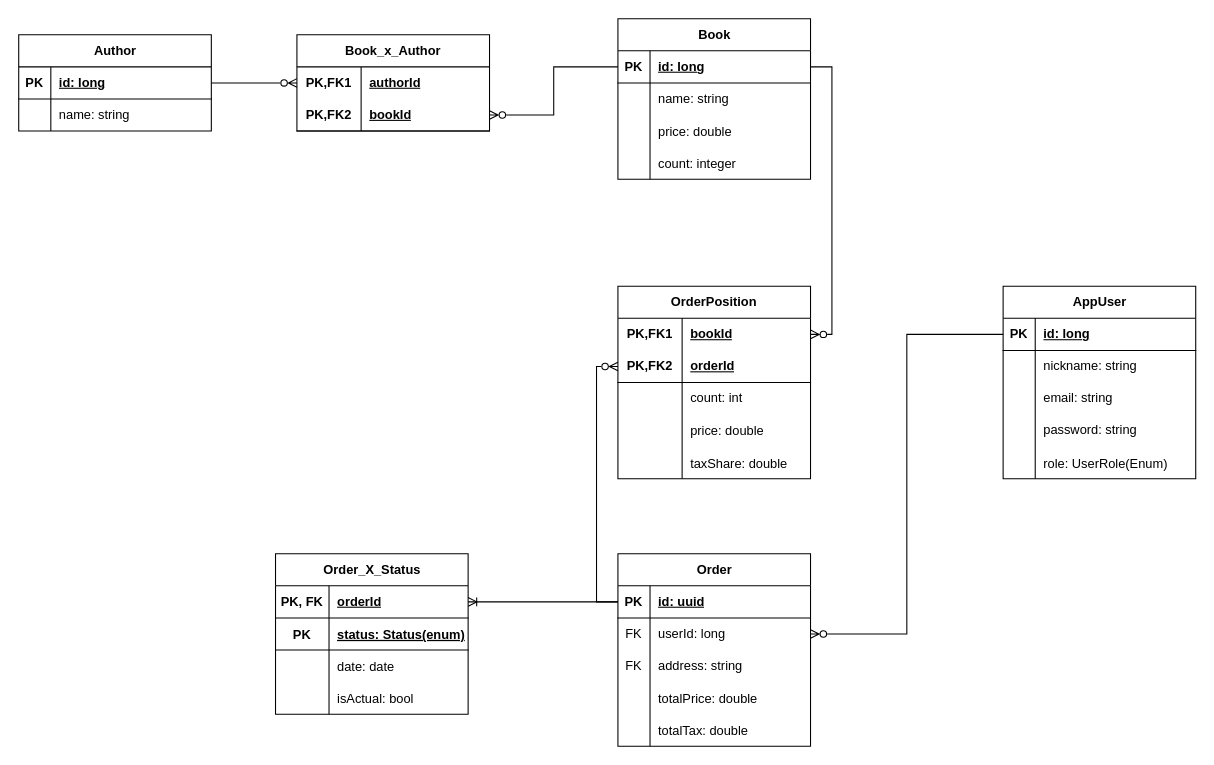
This is BookStoreERD.drawio from OurBookStore/TheBookStore, a draw.io file, before an edit. Source tidied: cells renumbered, new cells numbered last; positions are measured from the earlier drawing's top-left corner, leaving out a move shared by most shapes. Both pictures are drawn from the tidied source at 107%, with x=0, y=0 at pixel (18, 18).
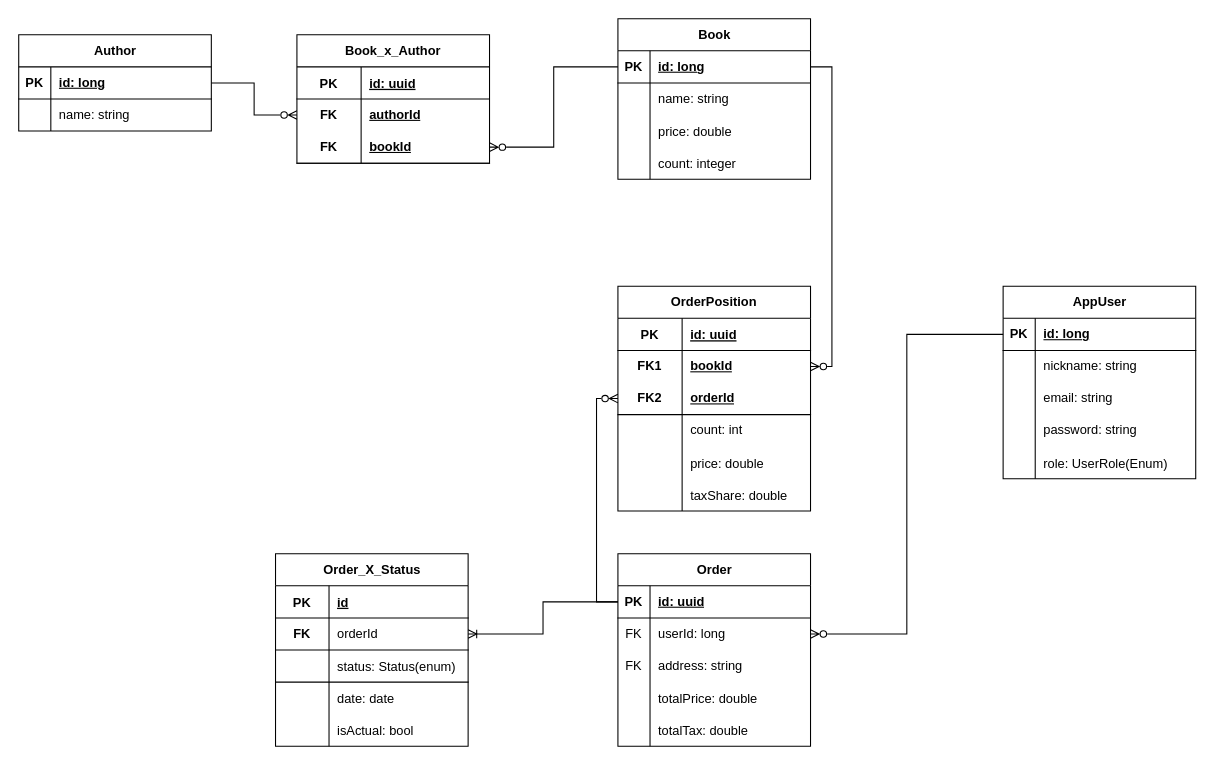
The same diagram, later.

What changed in the source:
```diff
@@
     <mxCell id="22" value="Book_x_Author" style="shape=table;startSize=30;childLayout=tableLayout;rowLines=0;fontStyle=1;align=center;html=1;whiteSpace=wrap;" parent="1" vertex="1">
-      <mxGeometry x="260" y="15" width="180" height="90" as="geometry" />
+      <mxGeometry x="260" y="15" width="180" height="120" as="geometry" />
     </mxCell>
+    <mxCell id="96" style="shape=tableRow;horizontal=0;startSize=0;swimlaneHead=0;swimlaneBody=0;fillColor=none;top=0;left=0;right=0;bottom=1;" parent="22" vertex="1">
+      <mxGeometry y="30" width="180" height="30" as="geometry" />
+    </mxCell>
+    <mxCell id="97" value="PK" style="shape=partialRectangle;fillColor=none;top=0;left=0;bottom=0;right=0;fontStyle=1;overflow=hidden;" parent="96" vertex="1">
+      <mxGeometry width="60" height="30" as="geometry" />
+    </mxCell>
+    <mxCell id="98" value="id: uuid" style="shape=partialRectangle;fillColor=none;top=0;left=0;bottom=0;right=0;align=left;spacingLeft=6;fontStyle=5;overflow=hidden;" parent="96" vertex="1">
+      <mxGeometry x="60" width="120" height="30" as="geometry" />
+    </mxCell>
     <mxCell id="23" style="shape=tableRow;horizontal=0;startSize=0;swimlaneHead=0;swimlaneBody=0;fillColor=none;points=[[0,0.5],[1,0.5]];portConstraint=eastwest;top=0;left=0;right=0;bottom=0;html=1;" parent="22" vertex="1">
-      <mxGeometry y="30" width="180" height="30" as="geometry" />
+      <mxGeometry y="60" width="180" height="30" as="geometry" />
     </mxCell>
-    <mxCell id="24" value="PK,FK1" style="shape=partialRectangle;fillColor=none;top=0;left=0;bottom=0;right=0;fontStyle=1;overflow=hidden;html=1;whiteSpace=wrap;" parent="23" vertex="1">
+    <mxCell id="24" value="FK" style="shape=partialRectangle;fillColor=none;top=0;left=0;bottom=0;right=0;fontStyle=1;overflow=hidden;html=1;whiteSpace=wrap;" parent="23" vertex="1">
       <mxGeometry width="60" height="30" as="geometry" />
     </mxCell>
@@
     <mxCell id="26" style="shape=tableRow;horizontal=0;startSize=0;swimlaneHead=0;swimlaneBody=0;fillColor=none;points=[[0,0.5],[1,0.5]];portConstraint=eastwest;top=0;left=0;right=0;bottom=1;html=1;" parent="22" vertex="1">
-      <mxGeometry y="60" width="180" height="30" as="geometry" />
+      <mxGeometry y="90" width="180" height="30" as="geometry" />
     </mxCell>
-    <mxCell id="27" value="PK,FK2" style="shape=partialRectangle;fillColor=none;top=0;left=0;bottom=0;right=0;fontStyle=1;overflow=hidden;html=1;whiteSpace=wrap;" parent="26" vertex="1">
+    <mxCell id="27" value="FK" style="shape=partialRectangle;fillColor=none;top=0;left=0;bottom=0;right=0;fontStyle=1;overflow=hidden;html=1;whiteSpace=wrap;" parent="26" vertex="1">
       <mxGeometry width="60" height="30" as="geometry" />
     </mxCell>
@@
     <mxCell id="29" value="OrderPosition" style="shape=table;startSize=30;childLayout=tableLayout;rowLines=0;fontStyle=1;align=center;html=1;whiteSpace=wrap;" parent="1" vertex="1">
-      <mxGeometry x="560" y="250" width="180" height="180" as="geometry" />
+      <mxGeometry x="560" y="250" width="180" height="210" as="geometry" />
     </mxCell>
+    <mxCell id="99" style="shape=tableRow;horizontal=0;startSize=0;swimlaneHead=0;swimlaneBody=0;fillColor=none;top=0;left=0;right=0;bottom=1;" parent="29" vertex="1">
+      <mxGeometry y="30" width="180" height="30" as="geometry" />
+    </mxCell>
+    <mxCell id="100" value="PK" style="shape=partialRectangle;fillColor=none;top=0;left=0;bottom=0;right=0;fontStyle=1;overflow=hidden;" parent="99" vertex="1">
+      <mxGeometry width="60" height="30" as="geometry" />
+    </mxCell>
+    <mxCell id="101" value="id: uuid" style="shape=partialRectangle;fillColor=none;top=0;left=0;bottom=0;right=0;align=left;spacingLeft=6;fontStyle=5;overflow=hidden;" parent="99" vertex="1">
+      <mxGeometry x="60" width="120" height="30" as="geometry" />
+    </mxCell>
     <mxCell id="30" style="shape=tableRow;horizontal=0;startSize=0;swimlaneHead=0;swimlaneBody=0;fillColor=none;points=[[0,0.5],[1,0.5]];portConstraint=eastwest;top=0;left=0;right=0;bottom=0;html=1;" parent="29" vertex="1">
-      <mxGeometry y="30" width="180" height="30" as="geometry" />
+      <mxGeometry y="60" width="180" height="30" as="geometry" />
     </mxCell>
-    <mxCell id="31" value="PK,FK1" style="shape=partialRectangle;fillColor=none;top=0;left=0;bottom=0;right=0;fontStyle=1;overflow=hidden;html=1;whiteSpace=wrap;" parent="30" vertex="1">
+    <mxCell id="31" value="FK1" style="shape=partialRectangle;fillColor=none;top=0;left=0;bottom=0;right=0;fontStyle=1;overflow=hidden;html=1;whiteSpace=wrap;" parent="30" vertex="1">
       <mxGeometry width="60" height="30" as="geometry" />
     </mxCell>
@@
     <mxCell id="33" style="shape=tableRow;horizontal=0;startSize=0;swimlaneHead=0;swimlaneBody=0;fillColor=none;points=[[0,0.5],[1,0.5]];portConstraint=eastwest;top=0;left=0;right=0;bottom=1;html=1;" parent="29" vertex="1">
-      <mxGeometry y="60" width="180" height="30" as="geometry" />
+      <mxGeometry y="90" width="180" height="30" as="geometry" />
     </mxCell>
-    <mxCell id="34" value="PK,FK2" style="shape=partialRectangle;fillColor=none;top=0;left=0;bottom=0;right=0;fontStyle=1;overflow=hidden;html=1;whiteSpace=wrap;" parent="33" vertex="1">
+    <mxCell id="34" value="FK2" style="shape=partialRectangle;fillColor=none;top=0;left=0;bottom=0;right=0;fontStyle=1;overflow=hidden;html=1;whiteSpace=wrap;" parent="33" vertex="1">
       <mxGeometry width="60" height="30" as="geometry" />
     </mxCell>
@@
     <mxCell id="36" style="shape=tableRow;horizontal=0;startSize=0;swimlaneHead=0;swimlaneBody=0;fillColor=none;top=0;left=0;right=0;bottom=0;html=1;" parent="29" vertex="1">
-      <mxGeometry y="90" width="180" height="30" as="geometry" />
+      <mxGeometry y="120" width="180" height="30" as="geometry" />
     </mxCell>
@@
     <mxCell id="39" style="shape=tableRow;horizontal=0;startSize=0;swimlaneHead=0;swimlaneBody=0;fillColor=none;top=0;left=0;right=0;bottom=0;" parent="29" vertex="1">
-      <mxGeometry y="120" width="180" height="30" as="geometry" />
+      <mxGeometry y="150" width="180" height="30" as="geometry" />
     </mxCell>
@@
     <mxCell id="42" style="shape=tableRow;horizontal=0;startSize=0;swimlaneHead=0;swimlaneBody=0;fillColor=none;top=0;left=0;right=0;bottom=0;" parent="29" vertex="1">
-      <mxGeometry y="150" width="180" height="30" as="geometry" />
+      <mxGeometry y="180" width="180" height="30" as="geometry" />
     </mxCell>
@@
     <mxCell id="61" value="Order_X_Status" style="shape=table;startSize=30;childLayout=tableLayout;rowLines=0;fontStyle=1;align=center;html=1;" parent="1" vertex="1">
-      <mxGeometry x="240" y="500" width="180" height="150" as="geometry" />
+      <mxGeometry x="240" y="500" width="180" height="180" as="geometry" />
     </mxCell>
+    <mxCell id="102" style="shape=tableRow;horizontal=0;startSize=0;swimlaneHead=0;swimlaneBody=0;fillColor=none;top=0;left=0;right=0;bottom=1;" parent="61" vertex="1">
+      <mxGeometry y="30" width="180" height="30" as="geometry" />
+    </mxCell>
+    <mxCell id="103" value="PK" style="shape=partialRectangle;fillColor=none;top=0;left=0;bottom=0;right=0;fontStyle=1;overflow=hidden;" parent="102" vertex="1">
+      <mxGeometry width="50" height="30" as="geometry" />
+    </mxCell>
+    <mxCell id="104" value="id" style="shape=partialRectangle;fillColor=none;top=0;left=0;bottom=0;right=0;align=left;spacingLeft=6;fontStyle=5;overflow=hidden;" parent="102" vertex="1">
+      <mxGeometry x="50" width="130" height="30" as="geometry" />
+    </mxCell>
     <mxCell id="62" style="shape=tableRow;horizontal=0;startSize=0;swimlaneHead=0;swimlaneBody=0;fillColor=none;points=[[0,0.5],[1,0.5]];portConstraint=eastwest;top=0;left=0;right=0;bottom=1;" parent="61" vertex="1">
-      <mxGeometry y="30" width="180" height="30" as="geometry" />
+      <mxGeometry y="60" width="180" height="30" as="geometry" />
     </mxCell>
-    <mxCell id="63" value="PK, FK" style="shape=partialRectangle;fillColor=none;top=0;left=0;bottom=0;right=0;fontStyle=1;overflow=hidden;whiteSpace=wrap;html=1;" parent="62" vertex="1">
+    <mxCell id="63" value="FK" style="shape=partialRectangle;fillColor=none;top=0;left=0;bottom=0;right=0;fontStyle=1;overflow=hidden;whiteSpace=wrap;html=1;" parent="62" vertex="1">
       <mxGeometry width="50" height="30" as="geometry" />
     </mxCell>
-    <mxCell id="64" value="orderId" style="shape=partialRectangle;fillColor=none;top=0;left=0;bottom=0;right=0;align=left;spacingLeft=6;fontStyle=5;overflow=hidden;whiteSpace=wrap;html=1;" parent="62" vertex="1">
+    <mxCell id="64" value="orderId" style="shape=partialRectangle;fillColor=none;top=0;left=0;bottom=0;right=0;align=left;spacingLeft=6;fontStyle=0;overflow=hidden;whiteSpace=wrap;html=1;" parent="62" vertex="1">
       <mxGeometry x="50" width="130" height="30" as="geometry" />
     </mxCell>
     <mxCell id="65" style="shape=tableRow;horizontal=0;startSize=0;swimlaneHead=0;swimlaneBody=0;fillColor=none;top=0;left=0;right=0;bottom=1;" parent="61" vertex="1">
-      <mxGeometry y="60" width="180" height="30" as="geometry" />
+      <mxGeometry y="90" width="180" height="30" as="geometry" />
     </mxCell>
-    <mxCell id="66" value="PK" style="shape=partialRectangle;fillColor=none;top=0;left=0;bottom=0;right=0;overflow=hidden;fontStyle=1;" parent="65" vertex="1">
+    <mxCell id="66" style="shape=partialRectangle;fillColor=none;top=0;left=0;bottom=0;right=0;overflow=hidden;fontStyle=1;" parent="65" vertex="1">
       <mxGeometry width="50" height="30" as="geometry" />
     </mxCell>
-    <mxCell id="67" value="status: Status(enum)" style="shape=partialRectangle;fillColor=none;top=0;left=0;bottom=0;right=0;align=left;spacingLeft=6;overflow=hidden;fontStyle=5;" parent="65" vertex="1">
+    <mxCell id="67" value="status: Status(enum)" style="shape=partialRectangle;fillColor=none;top=0;left=0;bottom=0;right=0;align=left;spacingLeft=6;overflow=hidden;fontStyle=0;" parent="65" vertex="1">
       <mxGeometry x="50" width="130" height="30" as="geometry" />
     </mxCell>
     <mxCell id="68" style="shape=tableRow;horizontal=0;startSize=0;swimlaneHead=0;swimlaneBody=0;fillColor=none;top=0;left=0;right=0;bottom=0;" parent="61" vertex="1">
-      <mxGeometry y="90" width="180" height="30" as="geometry" />
+      <mxGeometry y="120" width="180" height="30" as="geometry" />
     </mxCell>
@@
     <mxCell id="71" style="shape=tableRow;horizontal=0;startSize=0;swimlaneHead=0;swimlaneBody=0;fillColor=none;top=0;left=0;right=0;bottom=0;" parent="61" vertex="1">
-      <mxGeometry y="120" width="180" height="30" as="geometry" />
+      <mxGeometry y="150" width="180" height="30" as="geometry" />
     </mxCell>
```
